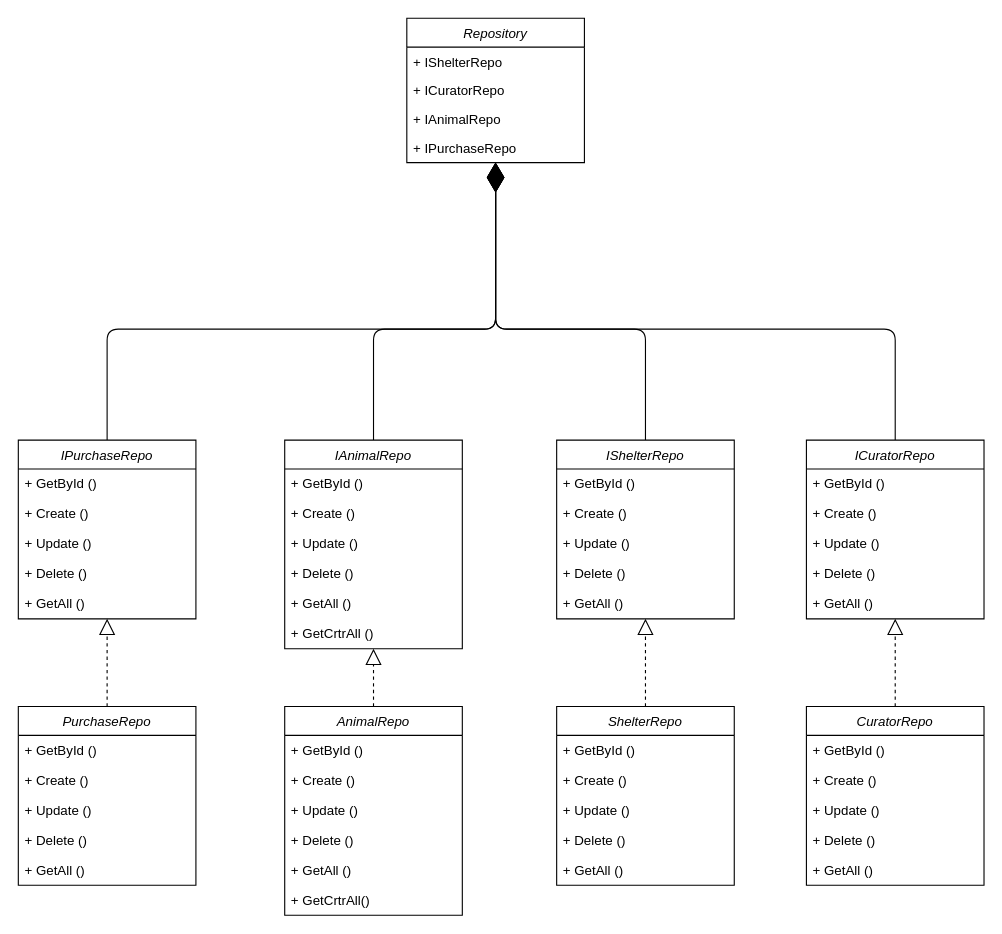
Before: diagrams/BD.drawio in Laiika/bmstu-iu7-sd, a draw.io diagram. Source tidied: cells renumbered, new cells numbered last; positions are measured from the earlier drawing's top-left corner, leaving out a move shared by most shapes. Both pictures are drawn from the tidied source at 111%, with x=0, y=0 at pixel (18, 18).
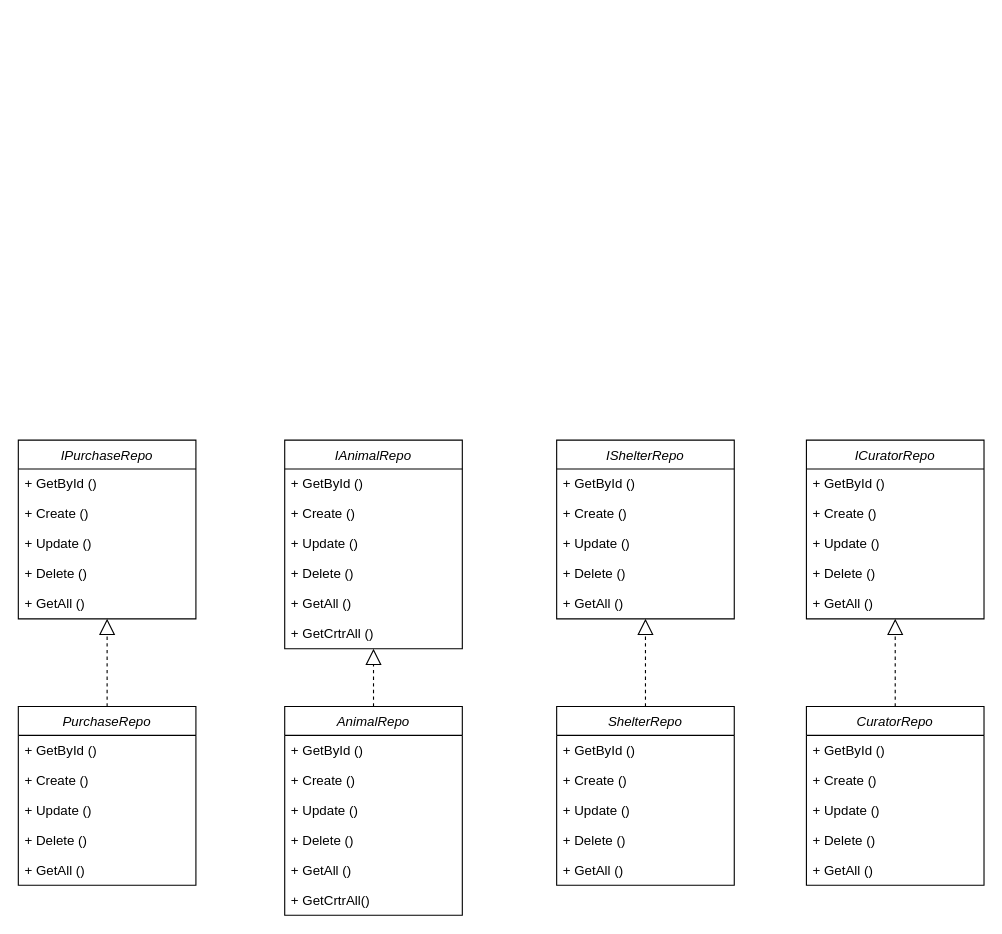
After the change.

Commit message (it also covers changes not shown here):
пофиксила диаграмму

The change refers to these unchanged cells:
```xml
<mxCell id="7" value="IShelterRepo" style="swimlane;fontStyle=2;align=center;verticalAlign=top;horizontal=1;startSize=26;rounded=0;shadow=0;strokeWidth=1;" parent="1" vertex="1">
  <mxGeometry x="485" y="380" width="160" height="161" as="geometry" />
</mxCell>
<mxCell id="21" value="ICuratorRepo" style="swimlane;fontStyle=2;align=center;verticalAlign=top;horizontal=1;startSize=26;rounded=0;shadow=0;strokeWidth=1;" parent="1" vertex="1">
  <mxGeometry x="710" y="380" width="160" height="161" as="geometry" />
</mxCell>
<mxCell id="35" value="IAnimalRepo" style="swimlane;fontStyle=2;align=center;verticalAlign=top;horizontal=1;startSize=26;rounded=0;shadow=0;strokeWidth=1;" parent="1" vertex="1">
  <mxGeometry x="240" y="380" width="160" height="188" as="geometry" />
</mxCell>
<mxCell id="51" value="IPurchaseRepo" style="swimlane;fontStyle=2;align=center;verticalAlign=top;horizontal=1;startSize=26;rounded=0;shadow=0;strokeWidth=1;" parent="1" vertex="1">
  <mxGeometry y="380" width="160" height="161" as="geometry" />
</mxCell>
```

The edit, as a diff of the source:
```diff
@@
-    <mxCell id="2" value="Repository" style="swimlane;fontStyle=2;align=center;verticalAlign=top;horizontal=1;startSize=26;rounded=0;shadow=0;strokeWidth=1;" parent="1" vertex="1">
-      <mxGeometry x="350" width="160" height="130" as="geometry" />
-    </mxCell>
-    <mxCell id="3" value="+ IShelterRepo" style="text;align=left;verticalAlign=top;spacingLeft=4;spacingRight=4;overflow=hidden;rounded=0;shadow=0;html=0;" parent="2" vertex="1">
-      <mxGeometry y="26" width="160" height="26" as="geometry" />
-    </mxCell>
-    <mxCell id="4" value="+ ICuratorRepo" style="text;align=left;verticalAlign=top;spacingLeft=4;spacingRight=4;overflow=hidden;rounded=0;shadow=0;html=0;" parent="2" vertex="1">
-      <mxGeometry y="52" width="160" height="26" as="geometry" />
-    </mxCell>
-    <mxCell id="5" value="+ IAnimalRepo" style="text;align=left;verticalAlign=top;spacingLeft=4;spacingRight=4;overflow=hidden;rounded=0;shadow=0;html=0;" parent="2" vertex="1">
-      <mxGeometry y="78" width="160" height="26" as="geometry" />
-    </mxCell>
-    <mxCell id="6" value="+ IPurchaseRepo" style="text;align=left;verticalAlign=top;spacingLeft=4;spacingRight=4;overflow=hidden;rounded=0;shadow=0;html=0;" parent="2" vertex="1">
-      <mxGeometry y="104" width="160" height="26" as="geometry" />
-    </mxCell>
@@
-    <mxCell id="20" style="endArrow=diamondThin;endFill=1;endSize=24;html=1;exitX=0.5;exitY=0;exitDx=0;exitDy=0;entryX=0.5;entryY=1;entryDx=0;entryDy=0;" parent="1" edge="1" source="7" target="2">
-      <mxGeometry relative="1" as="geometry">
-        <Array as="points">
-          <mxPoint x="565" y="280" />
-          <mxPoint x="430" y="280" />
-          <mxPoint x="430" y="200" />
-        </Array>
-      </mxGeometry>
-    </mxCell>
@@
-    <mxCell id="34" style="endArrow=diamondThin;endFill=1;endSize=24;html=1;exitX=0.5;exitY=0;exitDx=0;exitDy=0;entryX=0.5;entryY=1;entryDx=0;entryDy=0;" parent="1" edge="1" source="21" target="2">
-      <mxGeometry relative="1" as="geometry">
-        <Array as="points">
-          <mxPoint x="790" y="280" />
-          <mxPoint x="430" y="280" />
-        </Array>
-      </mxGeometry>
-    </mxCell>
@@
-    <mxCell id="50" style="endArrow=diamondThin;endFill=1;endSize=24;html=1;exitX=0.5;exitY=0;exitDx=0;exitDy=0;entryX=0.5;entryY=1;entryDx=0;entryDy=0;" parent="1" edge="1" source="35" target="2">
-      <mxGeometry relative="1" as="geometry">
-        <Array as="points">
-          <mxPoint x="320" y="280" />
-          <mxPoint x="430" y="280" />
-        </Array>
-      </mxGeometry>
-    </mxCell>
@@
-    <mxCell id="64" style="endArrow=diamondThin;endFill=1;endSize=24;html=1;exitX=0.5;exitY=0;exitDx=0;exitDy=0;entryX=0.5;entryY=1;entryDx=0;entryDy=0;" parent="1" edge="1" source="51" target="2">
-      <mxGeometry relative="1" as="geometry">
-        <Array as="points">
-          <mxPoint x="80" y="280" />
-          <mxPoint x="430" y="280" />
-        </Array>
-      </mxGeometry>
-    </mxCell>
```
